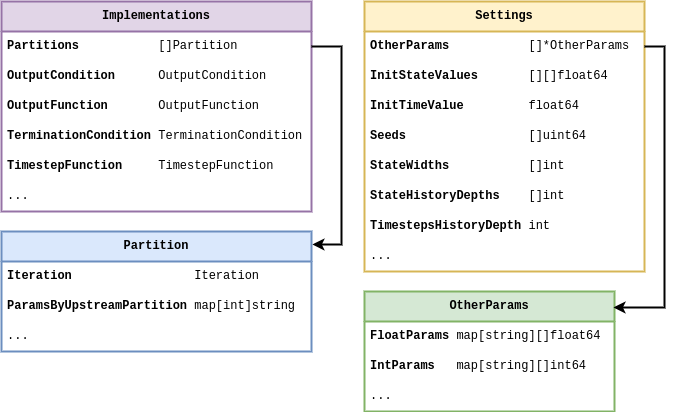
Earlier version of the draw.io export assets/stochadexI/stochadexI-stochadex-data-types.drawio.png (umbralcalc/umbralcalc.github.io). Source tidied: cells renumbered, new cells last; positions are measured from the earlier drawing's top-left corner, leaving out a move shared by most shapes. The source it was exported from:
```xml
<mxGraphModel math="1">
  <root>
    <mxCell id="0" />
    <mxCell id="1" parent="0" />
    <mxCell id="2" value="&lt;b&gt;Implementations&lt;/b&gt;" style="swimlane;fontStyle=0;horizontal=1;startSize=30;whiteSpace=wrap;html=1;fontFamily=Courier New;fillColor=#e1d5e7;strokeColor=#9673a6;strokeWidth=2;" parent="1" vertex="1">
      <mxGeometry width="310" height="210" as="geometry" />
    </mxCell>
    <mxCell id="3" value="&lt;b&gt;Partitions&amp;nbsp; &amp;nbsp; &amp;nbsp; &amp;nbsp; &amp;nbsp; &amp;nbsp;&lt;/b&gt;[]Partition" style="text;strokeColor=none;fillColor=none;align=left;verticalAlign=middle;spacingLeft=4;spacingRight=4;overflow=hidden;points=[[0,0.5],[1,0.5]];portConstraint=eastwest;whiteSpace=wrap;html=1;fontFamily=Courier New;" parent="2" vertex="1">
      <mxGeometry y="30" width="310" height="30" as="geometry" />
    </mxCell>
    <mxCell id="4" value="&lt;b&gt;OutputCondition&amp;nbsp; &amp;nbsp; &amp;nbsp;&amp;nbsp;&lt;/b&gt;OutputCondition" style="text;strokeColor=none;fillColor=none;align=left;verticalAlign=middle;spacingLeft=4;spacingRight=4;overflow=hidden;whiteSpace=wrap;html=1;fontFamily=Courier New;" parent="2" vertex="1">
      <mxGeometry y="60" width="310" height="30" as="geometry" />
    </mxCell>
    <mxCell id="5" value="&lt;b&gt;OutputFunction&lt;/b&gt;&amp;nbsp; &amp;nbsp; &amp;nbsp; &amp;nbsp;OutputFunction" style="text;strokeColor=none;fillColor=none;align=left;verticalAlign=middle;spacingLeft=4;spacingRight=4;overflow=hidden;whiteSpace=wrap;html=1;fontFamily=Courier New;" parent="2" vertex="1">
      <mxGeometry y="90" width="310" height="30" as="geometry" />
    </mxCell>
    <mxCell id="6" value="&lt;b&gt;TerminationCondition&lt;/b&gt;&amp;nbsp;TerminationCondition" style="text;strokeColor=none;fillColor=none;align=left;verticalAlign=middle;spacingLeft=4;spacingRight=4;overflow=hidden;whiteSpace=wrap;html=1;fontFamily=Courier New;" parent="2" vertex="1">
      <mxGeometry y="120" width="310" height="30" as="geometry" />
    </mxCell>
    <mxCell id="7" value="&lt;b&gt;TimestepFunction&lt;/b&gt;&amp;nbsp; &amp;nbsp; &amp;nbsp;TimestepFunction" style="text;strokeColor=none;fillColor=none;align=left;verticalAlign=middle;spacingLeft=4;spacingRight=4;overflow=hidden;whiteSpace=wrap;html=1;fontFamily=Courier New;" parent="2" vertex="1">
      <mxGeometry y="150" width="310" height="30" as="geometry" />
    </mxCell>
    <mxCell id="8" value="..." style="text;strokeColor=none;fillColor=none;align=left;verticalAlign=middle;spacingLeft=4;spacingRight=4;overflow=hidden;whiteSpace=wrap;html=1;fontFamily=Courier New;" parent="2" vertex="1">
      <mxGeometry y="180" width="310" height="30" as="geometry" />
    </mxCell>
    <mxCell id="9" value="&lt;b&gt;Settings&lt;/b&gt;" style="swimlane;fontStyle=0;horizontal=1;startSize=30;whiteSpace=wrap;html=1;fontFamily=Courier New;strokeWidth=2;fillColor=#fff2cc;strokeColor=#d6b656;" parent="1" vertex="1">
      <mxGeometry x="363" width="280" height="270" as="geometry" />
    </mxCell>
    <mxCell id="10" value="&lt;b&gt;OtherParams&lt;/b&gt;&amp;nbsp; &amp;nbsp; &amp;nbsp; &amp;nbsp; &amp;nbsp; &amp;nbsp;[]*OtherParams" style="text;strokeColor=none;fillColor=none;align=left;verticalAlign=middle;spacingLeft=4;spacingRight=4;overflow=hidden;points=[[0,0.5],[1,0.5]];portConstraint=eastwest;whiteSpace=wrap;html=1;fontFamily=Courier New;" parent="9" vertex="1">
      <mxGeometry y="30" width="280" height="30" as="geometry" />
    </mxCell>
    <mxCell id="11" value="&lt;b&gt;InitStateValues&lt;/b&gt;&amp;nbsp; &amp;nbsp; &amp;nbsp; &amp;nbsp;[][]float64" style="text;strokeColor=none;fillColor=none;align=left;verticalAlign=middle;spacingLeft=4;spacingRight=4;overflow=hidden;whiteSpace=wrap;html=1;fontFamily=Courier New;" parent="9" vertex="1">
      <mxGeometry y="60" width="280" height="30" as="geometry" />
    </mxCell>
    <mxCell id="12" value="&lt;b&gt;InitTimeValue&lt;/b&gt;&amp;nbsp; &amp;nbsp; &amp;nbsp; &amp;nbsp; &amp;nbsp;float64" style="text;strokeColor=none;fillColor=none;align=left;verticalAlign=middle;spacingLeft=4;spacingRight=4;overflow=hidden;whiteSpace=wrap;html=1;fontFamily=Courier New;" parent="9" vertex="1">
      <mxGeometry y="90" width="280" height="30" as="geometry" />
    </mxCell>
    <mxCell id="13" value="&lt;b&gt;Seeds&lt;/b&gt;&amp;nbsp; &amp;nbsp; &amp;nbsp; &amp;nbsp; &amp;nbsp; &amp;nbsp; &amp;nbsp; &amp;nbsp; &amp;nbsp;[]uint64" style="text;strokeColor=none;fillColor=none;align=left;verticalAlign=middle;spacingLeft=4;spacingRight=4;overflow=hidden;whiteSpace=wrap;html=1;fontFamily=Courier New;" parent="9" vertex="1">
      <mxGeometry y="120" width="280" height="30" as="geometry" />
    </mxCell>
    <mxCell id="14" value="&lt;b&gt;StateWidths&lt;/b&gt;&amp;nbsp; &amp;nbsp; &amp;nbsp; &amp;nbsp; &amp;nbsp; &amp;nbsp;[]int" style="text;strokeColor=none;fillColor=none;align=left;verticalAlign=middle;spacingLeft=4;spacingRight=4;overflow=hidden;whiteSpace=wrap;html=1;fontFamily=Courier New;" parent="9" vertex="1">
      <mxGeometry y="150" width="280" height="30" as="geometry" />
    </mxCell>
    <mxCell id="15" value="&lt;b&gt;StateHistoryDepths&lt;/b&gt;&amp;nbsp; &amp;nbsp; []int" style="text;strokeColor=none;fillColor=none;align=left;verticalAlign=middle;spacingLeft=4;spacingRight=4;overflow=hidden;whiteSpace=wrap;html=1;fontFamily=Courier New;" parent="9" vertex="1">
      <mxGeometry y="180" width="280" height="30" as="geometry" />
    </mxCell>
    <mxCell id="16" value="&lt;b&gt;TimestepsHistoryDepth &lt;/b&gt;int" style="text;strokeColor=none;fillColor=none;align=left;verticalAlign=middle;spacingLeft=4;spacingRight=4;overflow=hidden;whiteSpace=wrap;html=1;fontFamily=Courier New;" parent="9" vertex="1">
      <mxGeometry y="210" width="280" height="30" as="geometry" />
    </mxCell>
    <mxCell id="17" value="..." style="text;strokeColor=none;fillColor=none;align=left;verticalAlign=middle;spacingLeft=4;spacingRight=4;overflow=hidden;whiteSpace=wrap;html=1;fontFamily=Courier New;" parent="9" vertex="1">
      <mxGeometry y="240" width="280" height="30" as="geometry" />
    </mxCell>
    <mxCell id="18" value="&lt;b&gt;OtherParams&lt;/b&gt;" style="swimlane;fontStyle=0;horizontal=1;startSize=30;whiteSpace=wrap;html=1;fontFamily=Courier New;strokeWidth=2;fillColor=#d5e8d4;strokeColor=#82b366;" parent="1" vertex="1">
      <mxGeometry x="363" y="290" width="250" height="120" as="geometry" />
    </mxCell>
    <mxCell id="19" value="&lt;b&gt;FloatParams &lt;/b&gt;map[string][]float64" style="text;strokeColor=none;fillColor=none;align=left;verticalAlign=middle;spacingLeft=4;spacingRight=4;overflow=hidden;whiteSpace=wrap;html=1;fontFamily=Courier New;" parent="18" vertex="1">
      <mxGeometry y="30" width="250" height="30" as="geometry" />
    </mxCell>
    <mxCell id="20" value="&lt;b&gt;IntParams&amp;nbsp; &amp;nbsp;&lt;/b&gt;map[string][]int64" style="text;strokeColor=none;fillColor=none;align=left;verticalAlign=middle;spacingLeft=4;spacingRight=4;overflow=hidden;whiteSpace=wrap;html=1;fontFamily=Courier New;" parent="18" vertex="1">
      <mxGeometry y="60" width="250" height="30" as="geometry" />
    </mxCell>
    <mxCell id="21" value="..." style="text;strokeColor=none;fillColor=none;align=left;verticalAlign=middle;spacingLeft=4;spacingRight=4;overflow=hidden;whiteSpace=wrap;html=1;fontFamily=Courier New;" parent="18" vertex="1">
      <mxGeometry y="90" width="250" height="30" as="geometry" />
    </mxCell>
    <mxCell id="22" style="edgeStyle=orthogonalEdgeStyle;rounded=0;jettySize=auto;html=1;entryX=0.996;entryY=0.133;entryDx=0;entryDy=0;entryPerimeter=0;strokeWidth=2;exitX=1;exitY=0.5;exitDx=0;exitDy=0;" parent="1" edge="1" source="10" target="18">
      <mxGeometry relative="1" as="geometry">
        <Array as="points">
          <mxPoint x="663" y="45" />
          <mxPoint x="663" y="306" />
        </Array>
      </mxGeometry>
    </mxCell>
    <mxCell id="23" value="&lt;b&gt;Partition&lt;/b&gt;" style="swimlane;fontStyle=0;horizontal=1;startSize=30;whiteSpace=wrap;html=1;fontFamily=Courier New;strokeWidth=2;fillColor=#dae8fc;strokeColor=#6c8ebf;" parent="1" vertex="1">
      <mxGeometry y="230" width="310" height="120" as="geometry" />
    </mxCell>
    <mxCell id="24" value="&lt;b&gt;Iteration&amp;nbsp; &amp;nbsp; &amp;nbsp; &amp;nbsp; &amp;nbsp; &amp;nbsp; &amp;nbsp; &amp;nbsp; &amp;nbsp;&lt;/b&gt;Iteration" style="text;strokeColor=none;fillColor=none;align=left;verticalAlign=middle;spacingLeft=4;spacingRight=4;overflow=hidden;whiteSpace=wrap;html=1;fontFamily=Courier New;" parent="23" vertex="1">
      <mxGeometry y="30" width="310" height="30" as="geometry" />
    </mxCell>
    <mxCell id="25" value="&lt;b&gt;ParamsByUpstreamPartition&amp;nbsp;&lt;/b&gt;map[int]string" style="text;strokeColor=none;fillColor=none;align=left;verticalAlign=middle;spacingLeft=4;spacingRight=4;overflow=hidden;whiteSpace=wrap;html=1;fontFamily=Courier New;" parent="23" vertex="1">
      <mxGeometry y="60" width="310" height="30" as="geometry" />
    </mxCell>
    <mxCell id="26" value="..." style="text;strokeColor=none;fillColor=none;align=left;verticalAlign=middle;spacingLeft=4;spacingRight=4;overflow=hidden;whiteSpace=wrap;html=1;fontFamily=Courier New;" parent="23" vertex="1">
      <mxGeometry y="90" width="310" height="30" as="geometry" />
    </mxCell>
    <mxCell id="27" style="edgeStyle=orthogonalEdgeStyle;rounded=0;jettySize=auto;html=1;strokeWidth=2;exitX=1;exitY=0.5;exitDx=0;exitDy=0;entryX=1.003;entryY=0.108;entryDx=0;entryDy=0;entryPerimeter=0;" parent="1" edge="1" source="3" target="23">
      <mxGeometry relative="1" as="geometry">
        <Array as="points">
          <mxPoint x="340" y="45" />
          <mxPoint x="340" y="243" />
        </Array>
      </mxGeometry>
    </mxCell>
  </root>
</mxGraphModel>
```
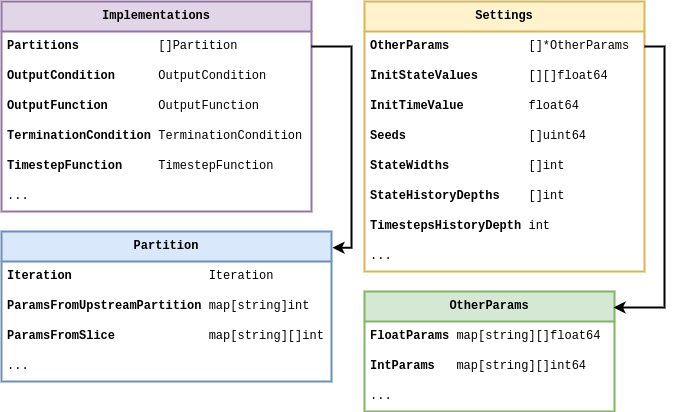
Above is the later version.

Commit message:
Updated the data types diagram

Diff of the diagram source:
```diff
@@ -71,22 +71,25 @@
       </mxGeometry>
     </mxCell>
     <mxCell id="23" value="&lt;b&gt;Partition&lt;/b&gt;" style="swimlane;fontStyle=0;horizontal=1;startSize=30;whiteSpace=wrap;html=1;fontFamily=Courier New;strokeWidth=2;fillColor=#dae8fc;strokeColor=#6c8ebf;" parent="1" vertex="1">
-      <mxGeometry y="230" width="310" height="120" as="geometry" />
+      <mxGeometry y="230" width="330" height="150" as="geometry" />
     </mxCell>
-    <mxCell id="24" value="&lt;b&gt;Iteration&amp;nbsp; &amp;nbsp; &amp;nbsp; &amp;nbsp; &amp;nbsp; &amp;nbsp; &amp;nbsp; &amp;nbsp; &amp;nbsp;&lt;/b&gt;Iteration" style="text;strokeColor=none;fillColor=none;align=left;verticalAlign=middle;spacingLeft=4;spacingRight=4;overflow=hidden;whiteSpace=wrap;html=1;fontFamily=Courier New;" parent="23" vertex="1">
-      <mxGeometry y="30" width="310" height="30" as="geometry" />
+    <mxCell id="24" value="&lt;b&gt;Iteration&amp;nbsp; &amp;nbsp; &amp;nbsp; &amp;nbsp; &amp;nbsp; &amp;nbsp; &amp;nbsp; &amp;nbsp; &amp;nbsp; &amp;nbsp;&lt;/b&gt;Iteration" style="text;strokeColor=none;fillColor=none;align=left;verticalAlign=middle;spacingLeft=4;spacingRight=4;overflow=hidden;whiteSpace=wrap;html=1;fontFamily=Courier New;" parent="23" vertex="1">
+      <mxGeometry y="30" width="330" height="30" as="geometry" />
     </mxCell>
-    <mxCell id="25" value="&lt;b&gt;ParamsByUpstreamPartition&amp;nbsp;&lt;/b&gt;map[int]string" style="text;strokeColor=none;fillColor=none;align=left;verticalAlign=middle;spacingLeft=4;spacingRight=4;overflow=hidden;whiteSpace=wrap;html=1;fontFamily=Courier New;" parent="23" vertex="1">
-      <mxGeometry y="60" width="310" height="30" as="geometry" />
+    <mxCell id="25" value="&lt;b&gt;ParamsFromUpstreamPartition&amp;nbsp;&lt;/b&gt;map[string]int" style="text;strokeColor=none;fillColor=none;align=left;verticalAlign=middle;spacingLeft=4;spacingRight=4;overflow=hidden;whiteSpace=wrap;html=1;fontFamily=Courier New;" parent="23" vertex="1">
+      <mxGeometry y="60" width="330" height="30" as="geometry" />
     </mxCell>
+    <mxCell id="28" value="&lt;b&gt;ParamsFromSlice&amp;nbsp; &amp;nbsp; &amp;nbsp; &amp;nbsp; &amp;nbsp; &amp;nbsp; &amp;nbsp;&lt;/b&gt;map[string][]int" style="text;strokeColor=none;fillColor=none;align=left;verticalAlign=middle;spacingLeft=4;spacingRight=4;overflow=hidden;whiteSpace=wrap;html=1;fontFamily=Courier New;" parent="23" vertex="1">
+      <mxGeometry y="90" width="330" height="30" as="geometry" />
+    </mxCell>
     <mxCell id="26" value="..." style="text;strokeColor=none;fillColor=none;align=left;verticalAlign=middle;spacingLeft=4;spacingRight=4;overflow=hidden;whiteSpace=wrap;html=1;fontFamily=Courier New;" parent="23" vertex="1">
-      <mxGeometry y="90" width="310" height="30" as="geometry" />
+      <mxGeometry y="120" width="330" height="30" as="geometry" />
     </mxCell>
     <mxCell id="27" style="edgeStyle=orthogonalEdgeStyle;rounded=0;jettySize=auto;html=1;strokeWidth=2;exitX=1;exitY=0.5;exitDx=0;exitDy=0;entryX=1.003;entryY=0.108;entryDx=0;entryDy=0;entryPerimeter=0;" parent="1" edge="1" source="3" target="23">
       <mxGeometry relative="1" as="geometry">
         <Array as="points">
-          <mxPoint x="340" y="45" />
-          <mxPoint x="340" y="243" />
+          <mxPoint x="350" y="45" />
+          <mxPoint x="350" y="246" />
         </Array>
       </mxGeometry>
     </mxCell>
```
